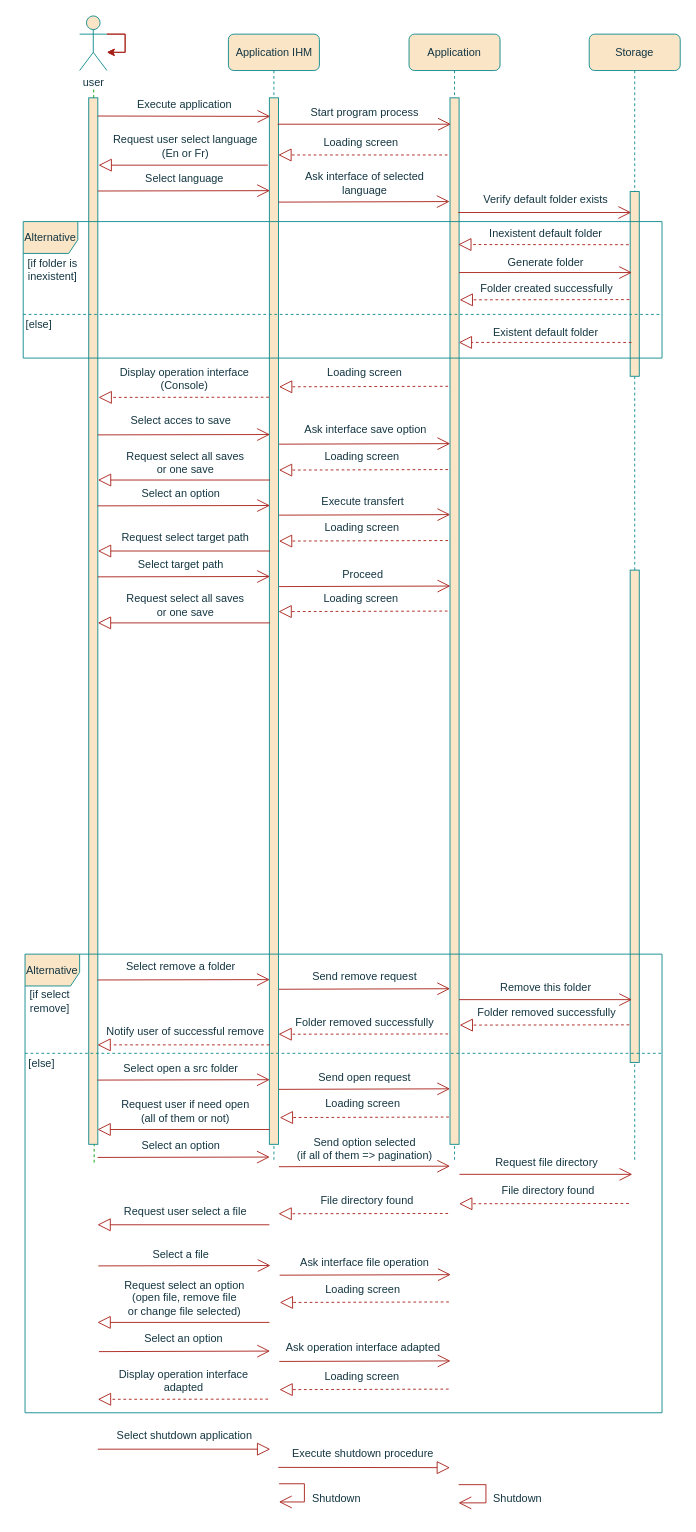
Weicheng178/UML keeps this draw.io diagram as page "Page-1" (1 of 3) of consult diagram.drawio. Above is the earlier version. Source tidied: cells renumbered, new cells numbered last; positions are measured from the earlier drawing's top-left corner, leaving out a move shared by most shapes. Both pictures are drawn from the tidied source at 91%, with x=0, y=0 at pixel (15, 15).
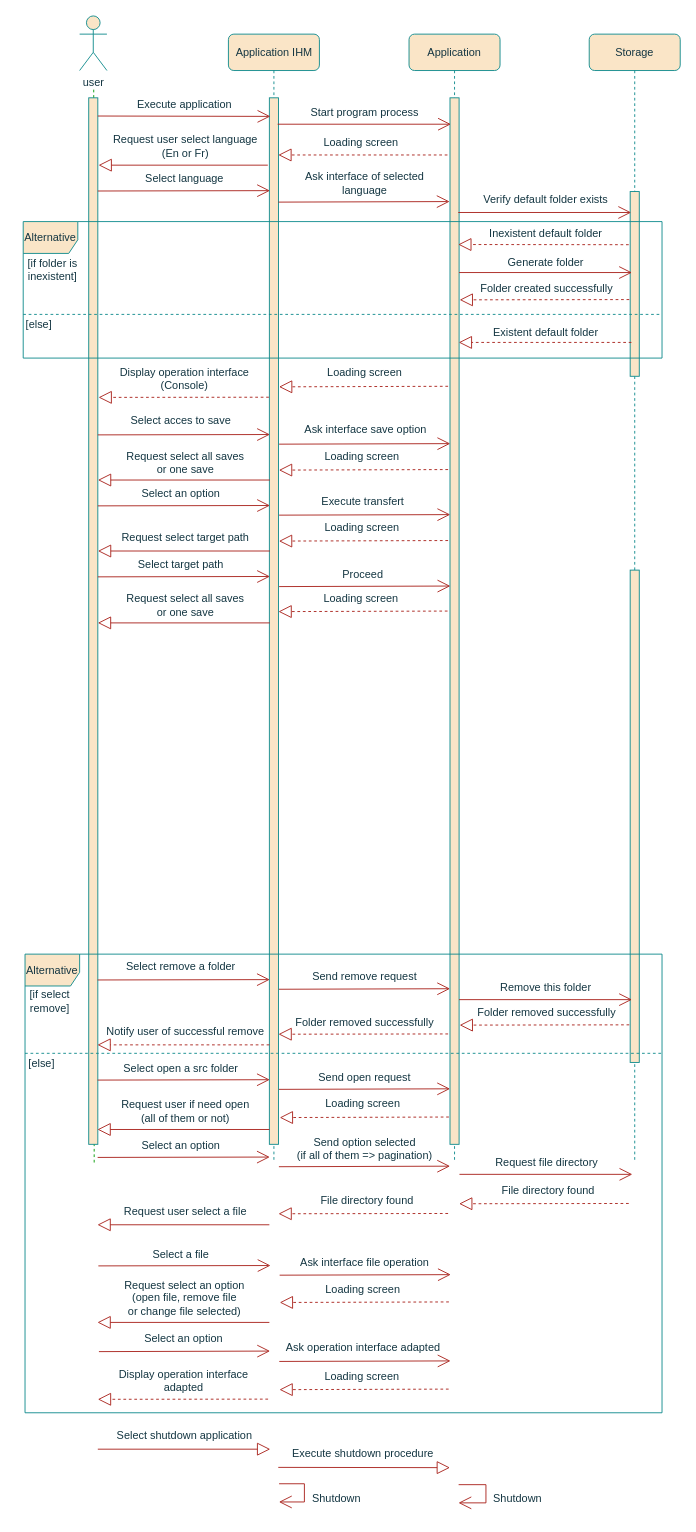
The same page after the edit.

The change refers to these unchanged cells:
```xml
<mxCell id="4" value="user" style="shape=umlActor;verticalLabelPosition=bottom;verticalAlign=top;html=1;rounded=1;fillColor=#FAE5C7;strokeColor=#0F8B8D;fontColor=#143642;" parent="1" vertex="1">
  <mxGeometry x="70" width="30" height="60" as="geometry" />
</mxCell>
```

Diff of the diagram source:
```diff
@@
-    <mxCell id="118" style="edgeStyle=orthogonalEdgeStyle;rounded=0;orthogonalLoop=1;jettySize=auto;html=1;labelBackgroundColor=#DAD2D8;strokeColor=#A8201A;fontColor=#143642;" parent="1" edge="1" source="4" target="4">
-      <mxGeometry relative="1" as="geometry" />
-    </mxCell>
-    <mxCell id="119" style="edgeStyle=orthogonalEdgeStyle;rounded=0;orthogonalLoop=1;jettySize=auto;html=1;labelBackgroundColor=#DAD2D8;strokeColor=#A8201A;fontColor=#143642;" parent="1" edge="1" source="4" target="4">
-      <mxGeometry relative="1" as="geometry" />
-    </mxCell>
```
